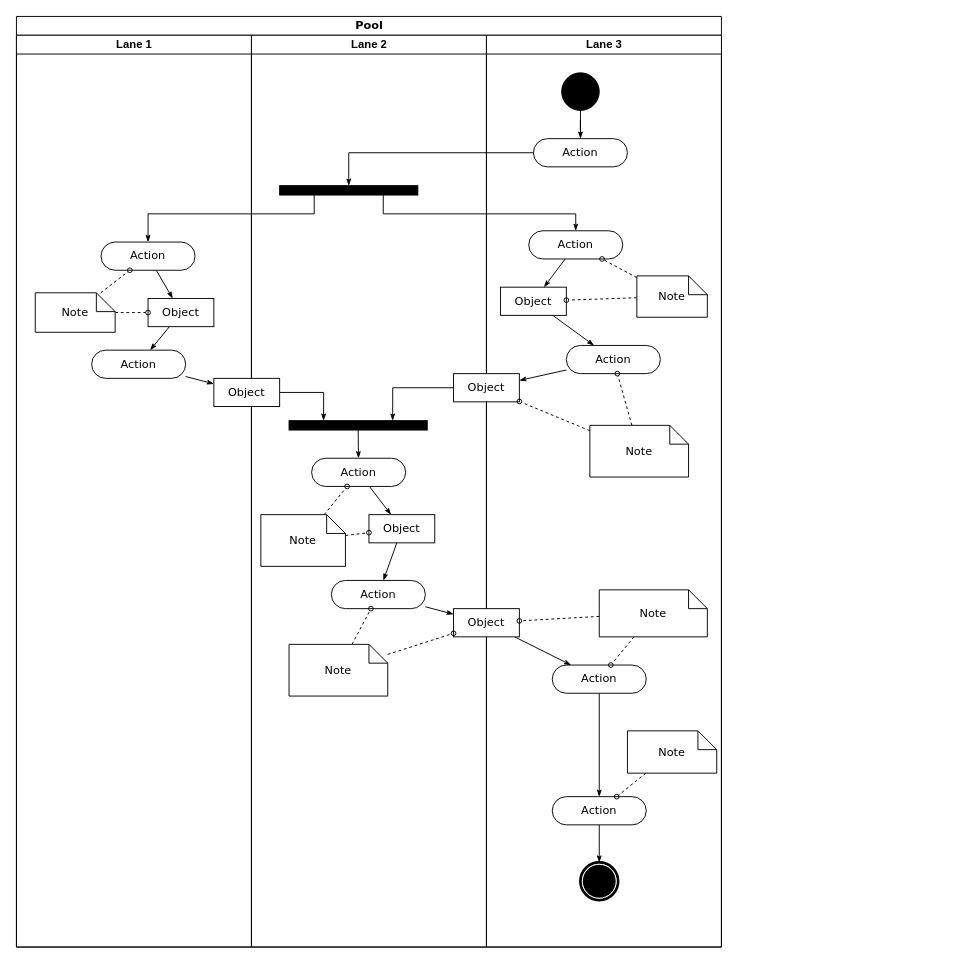
Earlier version of the draw.io diagram project/drawio/camilytang.drawio (drshahizan/software-engineering). Source tidied: cells renumbered, new cells numbered last; positions are measured from the earlier drawing's top-left corner, leaving out a move shared by most shapes. Both pictures are drawn from the tidied source at 94%, with x=0, y=0 at pixel (16, 16).
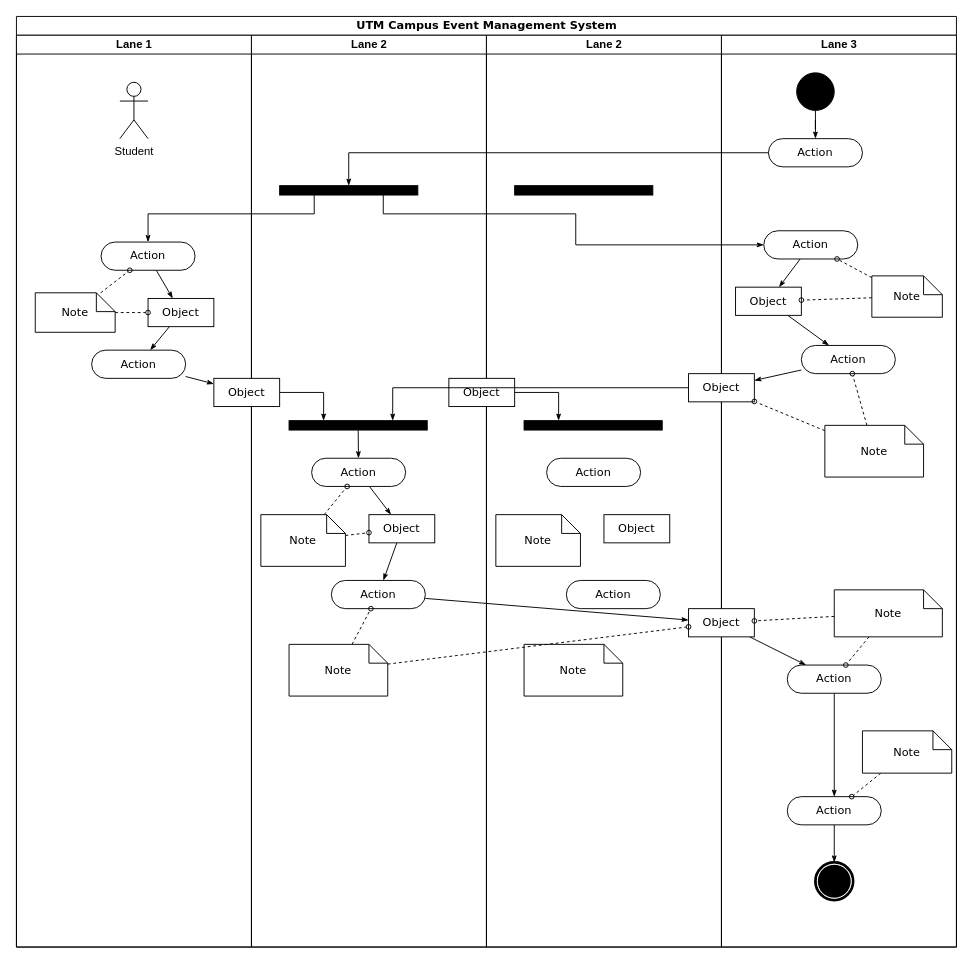
After the change.

The change refers to these unchanged cells:
```xml
<mxCell id="3" value="Lane 1" style="swimlane;html=1;startSize=20;" parent="2" vertex="1">
  <mxGeometry y="20" width="250" height="970" as="geometry" />
</mxCell>
```

Change to the diagram source:
```diff
@@
-    <mxCell id="2" value="Pool" style="swimlane;html=1;startSize=20;rounded=0;shadow=0;comic=0;labelBackgroundColor=none;strokeWidth=1;fontFamily=Verdana;fontSize=12;align=center;" parent="1" vertex="1">
-      <mxGeometry width="750" height="990" as="geometry" />
+    <mxCell id="2" value="UTM Campus Event Management System" style="swimlane;html=1;startSize=20;rounded=0;shadow=0;comic=0;labelBackgroundColor=none;strokeWidth=1;fontFamily=Verdana;fontSize=12;align=center;" parent="1" vertex="1">
+      <mxGeometry width="1000" height="990" as="geometry" />
     </mxCell>
@@
+    <mxCell id="64" value="Student&lt;br&gt;" style="shape=umlActor;verticalLabelPosition=bottom;verticalAlign=top;html=1;" parent="3" vertex="1">
+      <mxGeometry x="110" y="50" width="30" height="60" as="geometry" />
+    </mxCell>
@@
+    <mxCell id="65" value="Lane 2" style="swimlane;html=1;startSize=20;" parent="2" vertex="1">
+      <mxGeometry x="500" y="20" width="250" height="970" as="geometry" />
+    </mxCell>
+    <mxCell id="66" style="whiteSpace=wrap;html=1;rounded=0;shadow=0;comic=0;labelBackgroundColor=none;strokeWidth=1;fillColor=#000000;fontFamily=Verdana;fontSize=12;align=center;rotation=0;" parent="65" vertex="1">
+      <mxGeometry x="30" y="160" width="147" height="10" as="geometry" />
+    </mxCell>
+    <mxCell id="67" value="Action" style="rounded=1;whiteSpace=wrap;html=1;shadow=0;comic=0;labelBackgroundColor=none;strokeWidth=1;fontFamily=Verdana;fontSize=12;align=center;arcSize=50;" parent="65" vertex="1">
+      <mxGeometry x="64" y="450" width="100" height="30" as="geometry" />
+    </mxCell>
+    <mxCell id="68" style="whiteSpace=wrap;html=1;rounded=0;shadow=0;comic=0;labelBackgroundColor=none;strokeWidth=1;fillColor=#000000;fontFamily=Verdana;fontSize=12;align=center;rotation=0;" parent="65" vertex="1">
+      <mxGeometry x="40" y="410" width="147" height="10" as="geometry" />
+    </mxCell>
+    <mxCell id="69" style="edgeStyle=orthogonalEdgeStyle;rounded=0;html=1;entryX=0.25;entryY=0;labelBackgroundColor=none;startArrow=none;startFill=0;startSize=5;endArrow=classicThin;endFill=1;endSize=5;jettySize=auto;strokeWidth=1;fontFamily=Verdana;fontSize=12;" parent="65" edge="1" source="70" target="68">
+      <mxGeometry relative="1" as="geometry" />
+    </mxCell>
+    <mxCell id="70" value="Object" style="rounded=0;whiteSpace=wrap;html=1;shadow=0;comic=0;labelBackgroundColor=none;strokeWidth=1;fontFamily=Verdana;fontSize=12;align=center;arcSize=50;" parent="65" vertex="1">
+      <mxGeometry x="-40" y="365" width="70" height="30" as="geometry" />
+    </mxCell>
+    <mxCell id="71" value="Object" style="rounded=0;whiteSpace=wrap;html=1;shadow=0;comic=0;labelBackgroundColor=none;strokeWidth=1;fontFamily=Verdana;fontSize=12;align=center;arcSize=50;" parent="65" vertex="1">
+      <mxGeometry x="125" y="510" width="70" height="30" as="geometry" />
+    </mxCell>
+    <mxCell id="72" value="Action" style="rounded=1;whiteSpace=wrap;html=1;shadow=0;comic=0;labelBackgroundColor=none;strokeWidth=1;fontFamily=Verdana;fontSize=12;align=center;arcSize=50;" parent="65" vertex="1">
+      <mxGeometry x="85" y="580" width="100" height="30" as="geometry" />
+    </mxCell>
+    <mxCell id="73" value="Note" style="shape=note;whiteSpace=wrap;html=1;rounded=0;shadow=0;comic=0;labelBackgroundColor=none;strokeWidth=1;fontFamily=Verdana;fontSize=12;align=center;size=20;" parent="65" vertex="1">
+      <mxGeometry x="10" y="510" width="90" height="55" as="geometry" />
+    </mxCell>
+    <mxCell id="74" value="Note" style="shape=note;whiteSpace=wrap;html=1;rounded=0;shadow=0;comic=0;labelBackgroundColor=none;strokeWidth=1;fontFamily=Verdana;fontSize=12;align=center;size=20;" parent="65" vertex="1">
+      <mxGeometry x="40" y="648" width="105" height="55" as="geometry" />
+    </mxCell>
     <mxCell id="28" value="Lane 3" style="swimlane;html=1;startSize=20;" parent="2" vertex="1">
-      <mxGeometry x="500" y="20" width="250" height="970" as="geometry" />
+      <mxGeometry x="750" y="20" width="250" height="970" as="geometry" />
     </mxCell>
```
